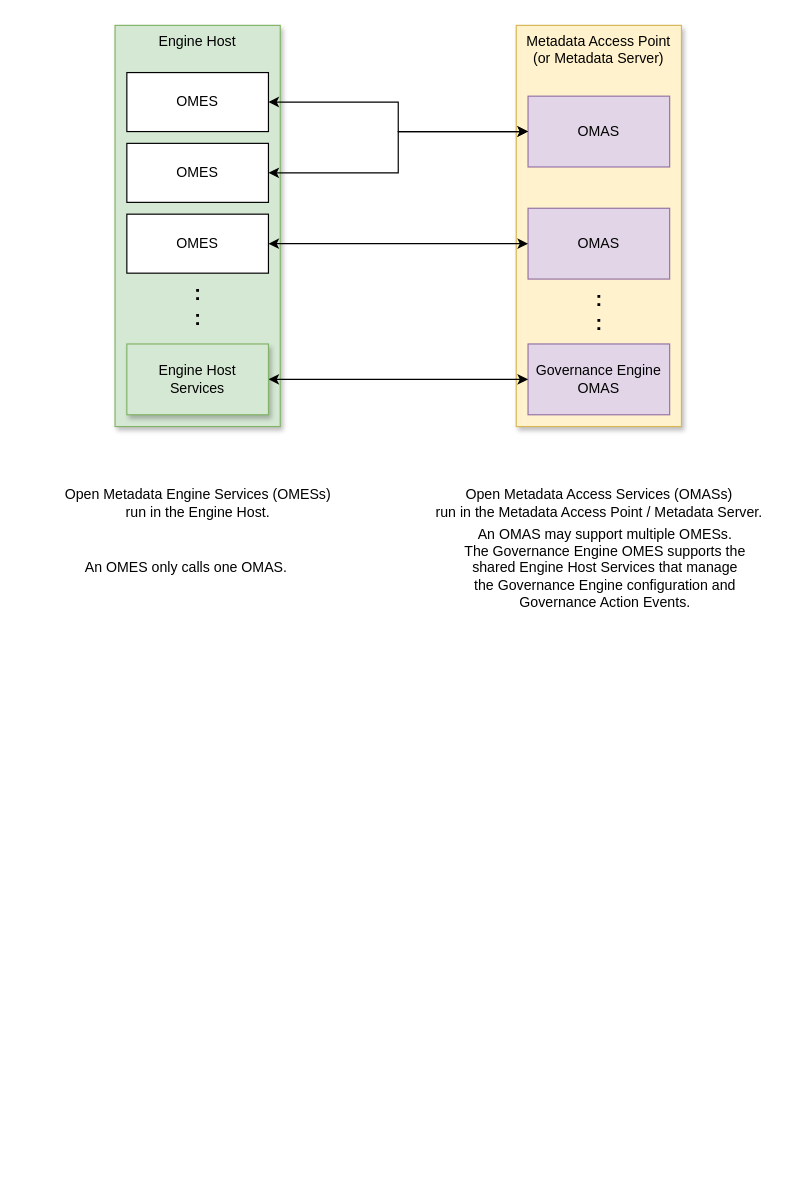
odpi/egeria keeps this draw.io diagram as page "omes-omas-pairs" (2 of 7) of open-metadata-implementation/governance-servers/engine-host-services/docs/engine-host.drawio. Above is the earlier version. Source tidied: cells renumbered, new cells numbered last; positions are measured from the earlier drawing's top-left corner, leaving out a move shared by most shapes. Both pictures are drawn from the tidied source at 118%, with x=0, y=0 at pixel (55, 25).
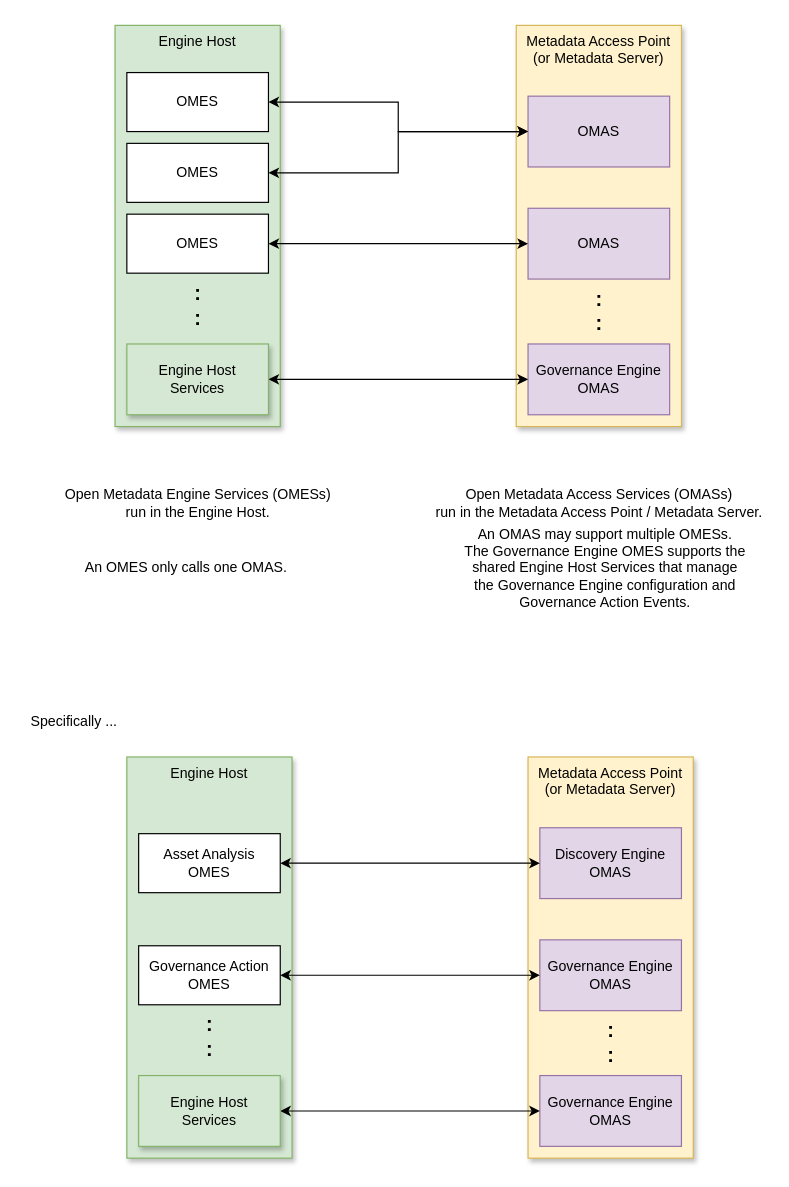
The same diagram, later.

Change to the diagram source:
```diff
@@
+    <mxCell id="21" value="Metadata Access Point (or Metadata Server)" style="rounded=0;whiteSpace=wrap;html=1;verticalAlign=top;fillColor=#fff2cc;strokeColor=#d6b656;shadow=1;" parent="1" vertex="1">
+      <mxGeometry x="400" y="620" width="140" height="340" as="geometry" />
+    </mxCell>
+    <mxCell id="22" value="Discovery Engine OMAS" style="rounded=0;whiteSpace=wrap;html=1;fillColor=#e1d5e7;strokeColor=#9673a6;" parent="1" vertex="1">
+      <mxGeometry x="410" y="680" width="120" height="60" as="geometry" />
+    </mxCell>
+    <mxCell id="23" value="Governance Engine OMAS" style="rounded=0;whiteSpace=wrap;html=1;fillColor=#e1d5e7;strokeColor=#9673a6;" parent="1" vertex="1">
+      <mxGeometry x="410" y="775" width="120" height="60" as="geometry" />
+    </mxCell>
+    <mxCell id="24" value="Governance Engine OMAS" style="rounded=0;whiteSpace=wrap;html=1;fillColor=#e1d5e7;strokeColor=#9673a6;" parent="1" vertex="1">
+      <mxGeometry x="410" y="890" width="120" height="60" as="geometry" />
+    </mxCell>
+    <mxCell id="25" value=":&lt;br style=&quot;font-size: 17px;&quot;&gt;:" style="text;html=1;align=center;verticalAlign=middle;fontStyle=1;fontSize=17;" parent="1" vertex="1">
+      <mxGeometry x="460" y="838" width="20" height="50" as="geometry" />
+    </mxCell>
+    <mxCell id="26" value="Engine Host" style="rounded=0;whiteSpace=wrap;html=1;verticalAlign=top;fillColor=#d5e8d4;strokeColor=#82b366;shadow=1;" parent="1" vertex="1">
+      <mxGeometry x="60" y="620" width="140" height="340" as="geometry" />
+    </mxCell>
+    <mxCell id="27" style="edgeStyle=orthogonalEdgeStyle;rounded=0;jettySize=auto;html=1;exitX=1;exitY=0.5;exitDx=0;exitDy=0;fontSize=17;startArrow=classic;startFill=1;" parent="1" edge="1" source="28" target="22">
+      <mxGeometry relative="1" as="geometry" />
+    </mxCell>
+    <mxCell id="28" value="Asset Analysis&lt;br&gt;OMES" style="rounded=0;whiteSpace=wrap;html=1;" parent="1" vertex="1">
+      <mxGeometry x="70" y="685" width="120" height="50" as="geometry" />
+    </mxCell>
+    <mxCell id="29" style="edgeStyle=orthogonalEdgeStyle;rounded=0;jettySize=auto;html=1;exitX=1;exitY=0.5;exitDx=0;exitDy=0;entryX=0;entryY=0.5;entryDx=0;entryDy=0;startArrow=classic;startFill=1;fontSize=17;" parent="1" edge="1" source="30" target="24">
+      <mxGeometry relative="1" as="geometry" />
+    </mxCell>
+    <mxCell id="30" value="Engine Host&lt;br&gt;Services" style="rounded=0;whiteSpace=wrap;html=1;fillColor=#d5e8d4;strokeColor=#82b366;shadow=1;" parent="1" vertex="1">
+      <mxGeometry x="70" y="890" width="120" height="60" as="geometry" />
+    </mxCell>
+    <mxCell id="31" value=":&lt;br style=&quot;font-size: 17px;&quot;&gt;:" style="text;html=1;align=center;verticalAlign=middle;fontStyle=1;fontSize=17;" parent="1" vertex="1">
+      <mxGeometry x="120" y="833" width="20" height="50" as="geometry" />
+    </mxCell>
+    <mxCell id="32" value="Governance Action OMES" style="rounded=0;whiteSpace=wrap;html=1;" parent="1" vertex="1">
+      <mxGeometry x="70" y="780" width="120" height="50" as="geometry" />
+    </mxCell>
+    <mxCell id="33" style="edgeStyle=orthogonalEdgeStyle;rounded=0;jettySize=auto;html=1;exitX=0;exitY=0.5;exitDx=0;exitDy=0;startArrow=classic;startFill=1;endArrow=classic;endFill=1;" parent="1" edge="1" source="23" target="32">
+      <mxGeometry relative="1" as="geometry" />
+    </mxCell>
+    <mxCell id="34" value="Specifically ..." style="text;html=1;align=center;verticalAlign=middle;" parent="1" vertex="1">
+      <mxGeometry x="-30" y="580" width="90" height="20" as="geometry" />
+    </mxCell>
```
